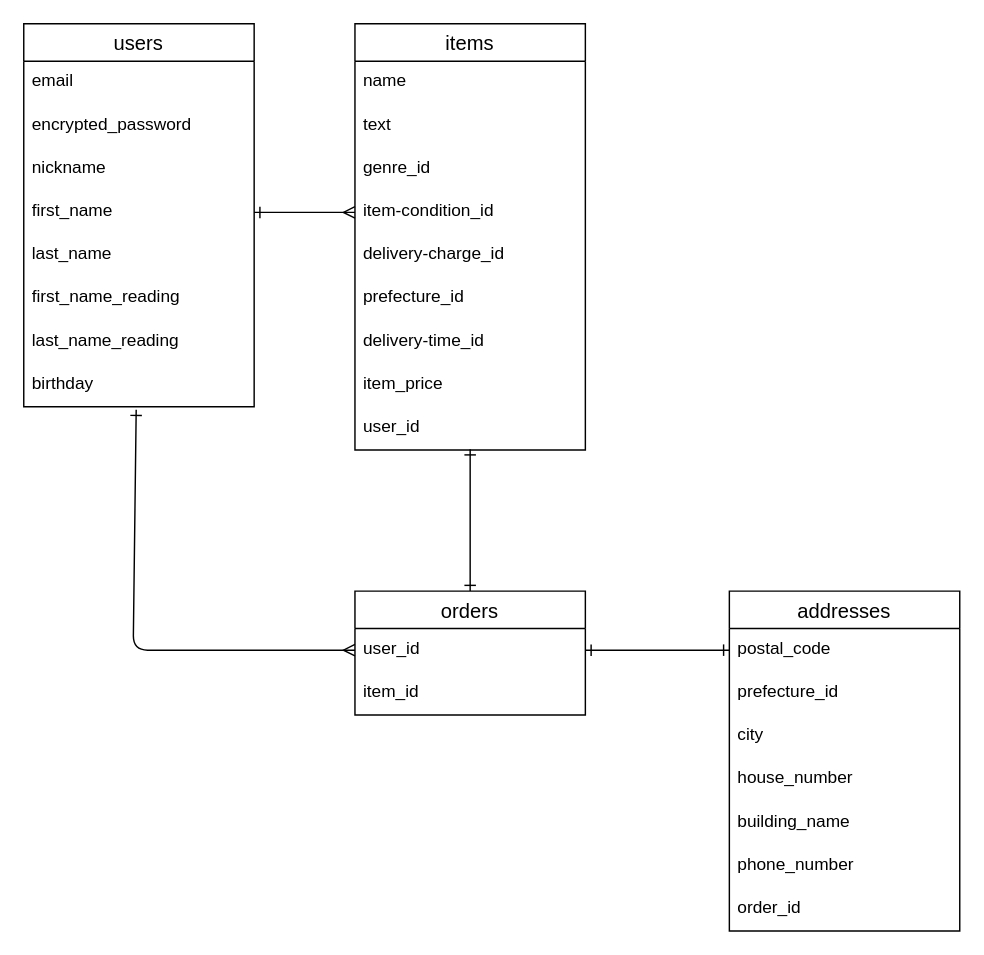
Before: test.dio in fushigikabu/furima-38354, a draw.io diagram. Source tidied: cells renumbered, new cells numbered last; positions are measured from the earlier drawing's top-left corner, leaving out a move shared by most shapes. Both pictures are drawn from the tidied source at 144%, with x=0, y=0 at pixel (23, 23).
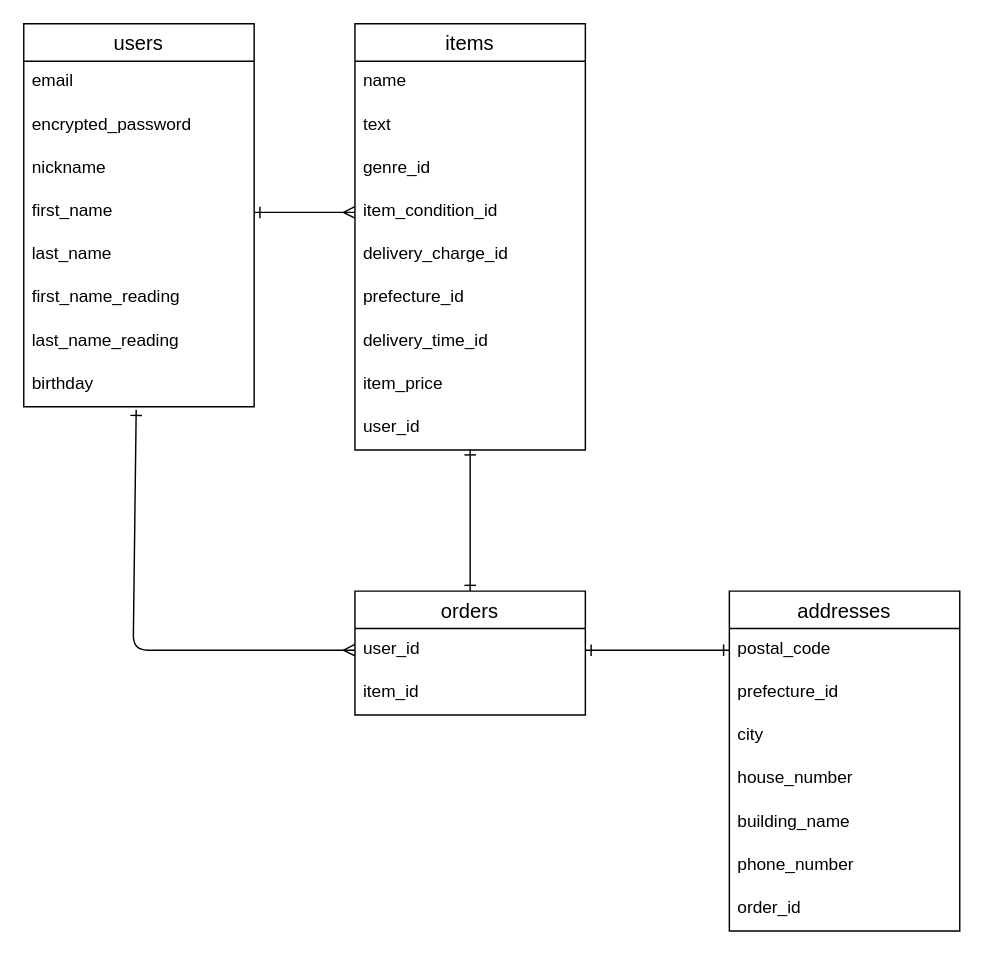
Above is the later version.

Commit message (it also covers changes not shown here):
itemsカラム訂正2

Unchanged cells that the change refers to:
```xml
<mxCell id="11" value="items" style="swimlane;fontStyle=0;horizontal=1;startSize=26;align=center;fontSize=14;" parent="1" vertex="1">
  <mxGeometry x="230" width="160" height="296" as="geometry" />
</mxCell>
```

What changed in the source:
```diff
@@
-    <mxCell id="15" value="item-condition_id" style="text;strokeColor=none;fillColor=none;spacingLeft=4;spacingRight=4;overflow=hidden;points=[[0,0.5],[1,0.5]];portConstraint=eastwest;fontSize=12;" parent="11" vertex="1">
+    <mxCell id="15" value="item_condition_id" style="text;strokeColor=none;fillColor=none;spacingLeft=4;spacingRight=4;overflow=hidden;points=[[0,0.5],[1,0.5]];portConstraint=eastwest;fontSize=12;" parent="11" vertex="1">
       <mxGeometry y="116" width="160" height="30" as="geometry" />
     </mxCell>
-    <mxCell id="16" value="delivery-charge_id" style="text;strokeColor=none;fillColor=none;spacingLeft=4;spacingRight=4;overflow=hidden;fontSize=12;" parent="11" vertex="1">
+    <mxCell id="16" value="delivery_charge_id" style="text;strokeColor=none;fillColor=none;spacingLeft=4;spacingRight=4;overflow=hidden;fontSize=12;" parent="11" vertex="1">
       <mxGeometry y="146" width="160" height="30" as="geometry" />
     </mxCell>
@@
-    <mxCell id="18" value="delivery-time_id" style="text;strokeColor=none;fillColor=none;spacingLeft=4;spacingRight=4;overflow=hidden;fontSize=12;" parent="11" vertex="1">
+    <mxCell id="18" value="delivery_time_id" style="text;strokeColor=none;fillColor=none;spacingLeft=4;spacingRight=4;overflow=hidden;fontSize=12;" parent="11" vertex="1">
       <mxGeometry y="206" width="160" height="30" as="geometry" />
     </mxCell>
```
